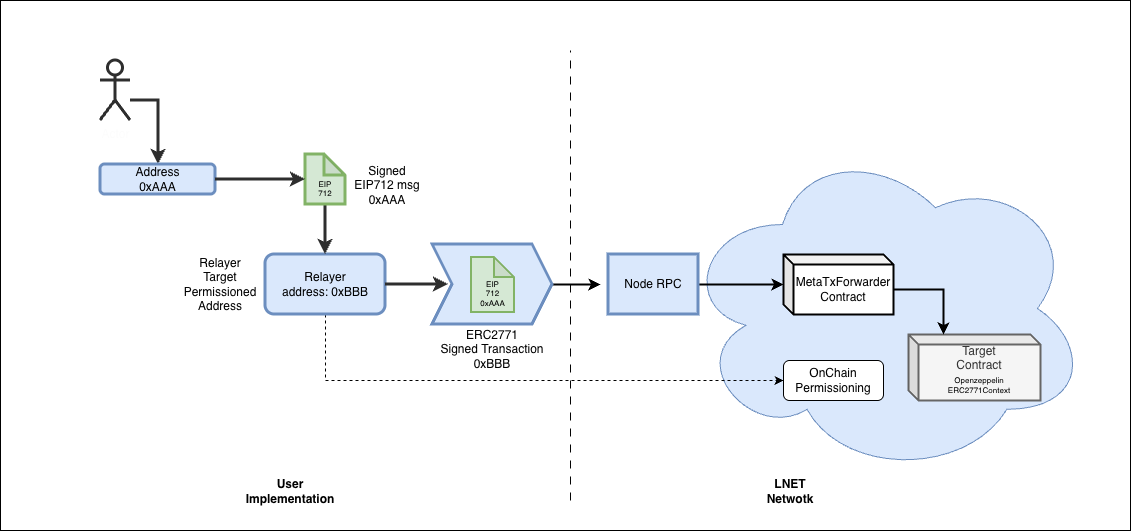
LACNetNetworks/deployContract-metaTx keeps this draw.io diagram as metatx.png. Above is the earlier version. Source tidied: cells renumbered, new cells last; positions are measured from the earlier drawing's top-left corner, leaving out a move shared by most shapes.
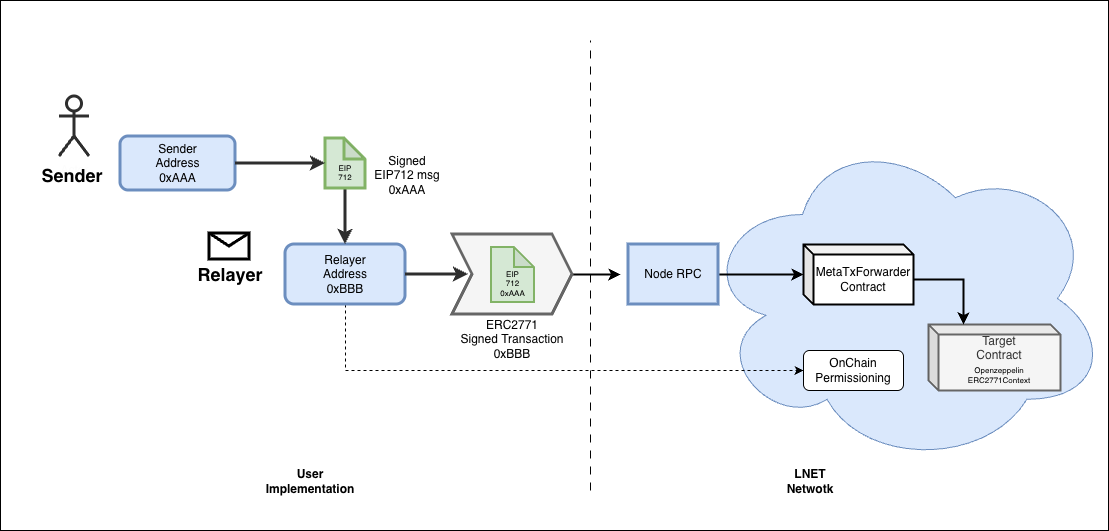
Later version of the same file.

The edit, as a diff of the source:
```diff
@@ -3,109 +3,108 @@
     <mxCell id="0" />
     <mxCell id="1" parent="0" />
     <mxCell id="2" style="rounded=0;whiteSpace=wrap;html=1;fillColor=none;strokeColor=light-dark(#000000, #121212);" parent="1" vertex="1">
-      <mxGeometry width="1130" height="530" as="geometry" />
+      <mxGeometry x="-20" y="10" width="1108" height="530" as="geometry" />
     </mxCell>
     <mxCell id="3" style="ellipse;shape=cloud;whiteSpace=wrap;html=1;strokeColor=#6c8ebf;fillColor=#dae8fc;" parent="1" vertex="1">
       <mxGeometry x="680" y="140" width="408" height="336" as="geometry" />
     </mxCell>
-    <mxCell id="4" style="edgeStyle=orthogonalEdgeStyle;rounded=0;jettySize=auto;html=1;fillColor=#f5f5f5;strokeColor=#2E2E2E;strokeWidth=3;" parent="1" edge="1" source="5" target="15">
-      <mxGeometry relative="1" as="geometry">
-        <Array as="points">
-          <mxPoint x="158" y="100" />
-        </Array>
-      </mxGeometry>
+    <mxCell id="4" value="Actor" style="shape=umlActor;verticalLabelPosition=bottom;verticalAlign=top;html=1;fillColor=none;strokeColor=#2E2E2E;fontColor=#FCFCFC;strokeWidth=3;" parent="1" vertex="1">
+      <mxGeometry x="39" y="106" width="30" height="60" as="geometry" />
     </mxCell>
-    <mxCell id="5" value="Actor" style="shape=umlActor;verticalLabelPosition=bottom;verticalAlign=top;html=1;outlineConnect=0;fillColor=none;strokeColor=#2E2E2E;fontColor=#FCFCFC;strokeWidth=3;" parent="1" vertex="1">
-      <mxGeometry x="100" y="60" width="30" height="60" as="geometry" />
+    <mxCell id="5" style="edgeStyle=orthogonalEdgeStyle;rounded=0;jettySize=auto;html=1;fontColor=#FFFFFF;strokeColor=light-dark(#000000, #121212);strokeWidth=2;" parent="1" edge="1" source="12" target="20">
+      <mxGeometry relative="1" as="geometry" />
     </mxCell>
-    <mxCell id="6" style="edgeStyle=orthogonalEdgeStyle;rounded=0;jettySize=auto;html=1;fontColor=#FFFFFF;strokeColor=light-dark(#000000, #121212);strokeWidth=2;" parent="1" edge="1" source="13" target="21">
-      <mxGeometry relative="1" as="geometry" />
+    <mxCell id="6" style="edgeStyle=orthogonalEdgeStyle;rounded=0;jettySize=auto;html=1;entryX=0;entryY=0.5;entryDx=0;entryDy=0;exitX=0.5;exitY=1;exitDx=0;exitDy=0;dashed=1;" parent="1" edge="1" source="7" target="24">
+      <mxGeometry relative="1" as="geometry">
+        <Array as="points">
+          <mxPoint x="325" y="380" />
+        </Array>
+      </mxGeometry>
     </mxCell>
-    <mxCell id="7" style="edgeStyle=orthogonalEdgeStyle;rounded=0;jettySize=auto;html=1;entryX=0;entryY=0.5;entryDx=0;entryDy=0;exitX=0.5;exitY=1;exitDx=0;exitDy=0;dashed=1;" parent="1" edge="1" source="8" target="25">
-      <mxGeometry relative="1" as="geometry">
-        <Array as="points">
-          <mxPoint x="325" y="380" />
-        </Array>
-      </mxGeometry>
+    <mxCell id="7" value="Relayer&lt;div&gt;Address&lt;/div&gt;&lt;div&gt;0xBBB&lt;/div&gt;" style="rounded=1;whiteSpace=wrap;html=1;fillColor=#dae8fc;strokeColor=#6c8ebf;strokeWidth=3;" parent="1" vertex="1">
+      <mxGeometry x="265" y="254" width="120" height="60" as="geometry" />
     </mxCell>
-    <mxCell id="8" value="Relayer&lt;div&gt;address: 0xBBB&lt;/div&gt;" style="rounded=1;whiteSpace=wrap;html=1;fillColor=#dae8fc;strokeColor=#6c8ebf;strokeWidth=3;" parent="1" vertex="1">
-      <mxGeometry x="265" y="254" width="120" height="60" as="geometry" />
+    <mxCell id="8" style="edgeStyle=orthogonalEdgeStyle;rounded=0;jettySize=auto;html=1;entryX=0;entryY=0.5;entryDx=0;entryDy=0;fontColor=#FFFFFF;strokeColor=#FFFFFF;strokeWidth=3;" parent="1" edge="1" source="10" target="12">
+      <mxGeometry relative="1" as="geometry" />
     </mxCell>
-    <mxCell id="9" style="edgeStyle=orthogonalEdgeStyle;rounded=0;jettySize=auto;html=1;entryX=0;entryY=0.5;entryDx=0;entryDy=0;fontColor=#FFFFFF;strokeColor=#FFFFFF;strokeWidth=3;" parent="1" edge="1" source="11" target="13">
-      <mxGeometry relative="1" as="geometry" />
+    <mxCell id="9" style="edgeStyle=orthogonalEdgeStyle;rounded=0;jettySize=auto;html=1;strokeWidth=2;" parent="1" edge="1" source="10">
+      <mxGeometry relative="1" as="geometry">
+        <mxPoint x="600" y="284" as="targetPoint" />
+      </mxGeometry>
     </mxCell>
-    <mxCell id="10" style="edgeStyle=orthogonalEdgeStyle;rounded=0;jettySize=auto;html=1;strokeWidth=2;" parent="1" edge="1" source="11">
-      <mxGeometry relative="1" as="geometry">
-        <mxPoint x="600" y="284" as="targetPoint" />
-      </mxGeometry>
+    <mxCell id="10" style="shape=step;perimeter=stepPerimeter;whiteSpace=wrap;html=1;fixedSize=1;fillColor=#f5f5f5;strokeColor=#666666;strokeWidth=3;fontColor=#333333;" parent="1" vertex="1">
+      <mxGeometry x="432" y="244" width="120" height="80" as="geometry" />
     </mxCell>
-    <mxCell id="11" style="shape=step;perimeter=stepPerimeter;whiteSpace=wrap;html=1;fixedSize=1;fillColor=#dae8fc;strokeColor=#6c8ebf;strokeWidth=3;" parent="1" vertex="1">
-      <mxGeometry x="432" y="244" width="120" height="80" as="geometry" />
+    <mxCell id="11" style="edgeStyle=orthogonalEdgeStyle;rounded=0;jettySize=auto;html=1;fontColor=#FFFFFF;strokeColor=#2E2E2E;strokeWidth=3;" parent="1" edge="1" source="7">
+      <mxGeometry relative="1" as="geometry">
+        <mxPoint x="448" y="284" as="targetPoint" />
+      </mxGeometry>
     </mxCell>
-    <mxCell id="12" style="edgeStyle=orthogonalEdgeStyle;rounded=0;jettySize=auto;html=1;fontColor=#FFFFFF;strokeColor=#2E2E2E;strokeWidth=3;" parent="1" edge="1" source="8">
-      <mxGeometry relative="1" as="geometry">
-        <mxPoint x="448" y="284" as="targetPoint" />
-      </mxGeometry>
+    <mxCell id="12" value="Node RPC" style="rounded=0;whiteSpace=wrap;html=1;fillStyle=auto;fillColor=#dae8fc;strokeColor=#6c8ebf;strokeWidth=3;" parent="1" vertex="1">
+      <mxGeometry x="608" y="254" width="90" height="60" as="geometry" />
     </mxCell>
-    <mxCell id="13" value="Node RPC" style="rounded=0;whiteSpace=wrap;html=1;fillStyle=auto;fillColor=#dae8fc;strokeColor=#6c8ebf;strokeWidth=3;" parent="1" vertex="1">
-      <mxGeometry x="608" y="254" width="90" height="60" as="geometry" />
+    <mxCell id="13" style="edgeStyle=orthogonalEdgeStyle;rounded=0;jettySize=auto;html=1;fontColor=#FFFFFF;strokeColor=#2E2E2E;exitX=0.5;exitY=1;exitDx=0;exitDy=0;exitPerimeter=0;strokeWidth=3;" parent="1" edge="1" source="15" target="7">
+      <mxGeometry relative="1" as="geometry" />
     </mxCell>
-    <mxCell id="14" style="edgeStyle=orthogonalEdgeStyle;rounded=0;jettySize=auto;html=1;fontColor=#FFFFFF;strokeColor=#2E2E2E;exitX=0.5;exitY=1;exitDx=0;exitDy=0;exitPerimeter=0;strokeWidth=3;" parent="1" edge="1" source="16" target="8">
-      <mxGeometry relative="1" as="geometry" />
+    <mxCell id="14" value="&lt;div&gt;Sender&lt;/div&gt;Address&lt;div&gt;0xAAA&lt;/div&gt;" style="rounded=1;whiteSpace=wrap;html=1;fillColor=#dae8fc;strokeColor=#6c8ebf;strokeWidth=3;" parent="1" vertex="1">
+      <mxGeometry x="100" y="146" width="115" height="54" as="geometry" />
     </mxCell>
-    <mxCell id="15" value="Address&lt;div&gt;0xAAA&lt;/div&gt;" style="rounded=1;whiteSpace=wrap;html=1;fillColor=#dae8fc;strokeColor=#6c8ebf;strokeWidth=3;" parent="1" vertex="1">
-      <mxGeometry x="100" y="164" width="115" height="30" as="geometry" />
+    <mxCell id="15" value="&lt;div&gt;&lt;br&gt;&lt;/div&gt;&lt;div&gt;&lt;br&gt;&lt;/div&gt;&lt;div&gt;&lt;span style=&quot;background-color: transparent;&quot;&gt;EIP&lt;/span&gt;&lt;/div&gt;&lt;div&gt;712&lt;/div&gt;" style="shape=note;whiteSpace=wrap;html=1;backgroundOutline=1;darkOpacity=0.05;size=21;fillColor=#d5e8d4;strokeColor=#82b366;fontSize=8;strokeWidth=3;" parent="1" vertex="1">
+      <mxGeometry x="305" y="148" width="40" height="50" as="geometry" />
     </mxCell>
-    <mxCell id="16" value="&lt;div&gt;&lt;br&gt;&lt;/div&gt;&lt;div&gt;&lt;br&gt;&lt;/div&gt;&lt;div&gt;&lt;span style=&quot;background-color: transparent;&quot;&gt;EIP&lt;/span&gt;&lt;/div&gt;&lt;div&gt;712&lt;/div&gt;" style="shape=note;whiteSpace=wrap;html=1;backgroundOutline=1;darkOpacity=0.05;size=21;fillColor=#d5e8d4;strokeColor=#82b366;fontSize=8;strokeWidth=3;" parent="1" vertex="1">
-      <mxGeometry x="305" y="154" width="40" height="50" as="geometry" />
+    <mxCell id="16" value="&lt;div&gt;&lt;br&gt;&lt;/div&gt;&lt;div&gt;&lt;br&gt;&lt;/div&gt;&lt;div&gt;&lt;span style=&quot;background-color: transparent;&quot;&gt;EIP&lt;/span&gt;&lt;/div&gt;&lt;div&gt;712&lt;/div&gt;&lt;div&gt;0xAAA&lt;/div&gt;" style="shape=note;whiteSpace=wrap;html=1;backgroundOutline=1;darkOpacity=0.05;size=20;fillColor=#d5e8d4;strokeColor=#82b366;fontSize=8;strokeWidth=2;" parent="1" vertex="1">
+      <mxGeometry x="470.5" y="256.5" width="43" height="55" as="geometry" />
     </mxCell>
-    <mxCell id="17" value="&lt;div&gt;&lt;br&gt;&lt;/div&gt;&lt;div&gt;&lt;br&gt;&lt;/div&gt;&lt;div&gt;&lt;span style=&quot;background-color: transparent;&quot;&gt;EIP&lt;/span&gt;&lt;/div&gt;&lt;div&gt;712&lt;/div&gt;&lt;div&gt;0xAAA&lt;/div&gt;" style="shape=note;whiteSpace=wrap;html=1;backgroundOutline=1;darkOpacity=0.05;size=20;fillColor=#d5e8d4;strokeColor=#82b366;fontSize=8;strokeWidth=2;" parent="1" vertex="1">
-      <mxGeometry x="470.5" y="256.5" width="43" height="55" as="geometry" />
+    <mxCell id="17" value="&lt;div&gt;ERC2771&lt;/div&gt;&lt;div&gt;Signed&amp;nbsp;&lt;span style=&quot;background-color: transparent; color: light-dark(rgb(0, 0, 0), rgb(237, 237, 237));&quot;&gt;Transaction&lt;/span&gt;&lt;/div&gt;&lt;div&gt;0xBBB&lt;/div&gt;" style="text;html=1;whiteSpace=wrap;strokeColor=none;fillColor=none;align=center;verticalAlign=middle;rounded=0;fontColor=#000000;fontFamily=Helvetica;fontSize=12;" parent="1" vertex="1">
+      <mxGeometry x="438" y="334" width="108" height="30" as="geometry" />
     </mxCell>
-    <mxCell id="18" value="&lt;div&gt;ERC2771&lt;/div&gt;&lt;div&gt;Signed&amp;nbsp;&lt;span style=&quot;background-color: transparent; color: light-dark(rgb(0, 0, 0), rgb(237, 237, 237));&quot;&gt;Transaction&lt;/span&gt;&lt;/div&gt;&lt;div&gt;0xBBB&lt;/div&gt;" style="text;html=1;whiteSpace=wrap;strokeColor=none;fillColor=none;align=center;verticalAlign=middle;rounded=0;fontColor=#000000;fontFamily=Helvetica;fontSize=12;" parent="1" vertex="1">
-      <mxGeometry x="438" y="334" width="108" height="30" as="geometry" />
+    <mxCell id="18" value="&lt;div&gt;Target&lt;/div&gt;Contract&lt;div&gt;&lt;br&gt;&lt;/div&gt;&lt;div&gt;&lt;br&gt;&lt;/div&gt;" style="shape=cube;whiteSpace=wrap;html=1;boundedLbl=1;backgroundOutline=1;darkOpacity=0.05;darkOpacity2=0.1;size=10;fillStyle=auto;fillColor=#f5f5f5;strokeColor=#666666;fontColor=#333333;strokeWidth=2;" parent="1" vertex="1">
+      <mxGeometry x="908" y="334" width="132" height="66" as="geometry" />
     </mxCell>
-    <mxCell id="19" value="&lt;div&gt;Target&lt;/div&gt;Contract&lt;div&gt;&lt;br&gt;&lt;/div&gt;&lt;div&gt;&lt;br&gt;&lt;/div&gt;" style="shape=cube;whiteSpace=wrap;html=1;boundedLbl=1;backgroundOutline=1;darkOpacity=0.05;darkOpacity2=0.1;size=10;fillStyle=auto;fillColor=#f5f5f5;strokeColor=#666666;fontColor=#333333;strokeWidth=2;" parent="1" vertex="1">
-      <mxGeometry x="908" y="334" width="132" height="66" as="geometry" />
+    <mxCell id="19" style="edgeStyle=orthogonalEdgeStyle;rounded=0;jettySize=auto;html=1;entryX=0;entryY=0;entryDx=35;entryDy=0;entryPerimeter=0;fontColor=#FFFFFF;strokeColor=light-dark(#000000, #121212);exitX=0;exitY=0;exitDx=110;exitDy=35;exitPerimeter=0;strokeWidth=2;" parent="1" edge="1" source="20" target="18">
+      <mxGeometry relative="1" as="geometry" />
     </mxCell>
-    <mxCell id="20" style="edgeStyle=orthogonalEdgeStyle;rounded=0;jettySize=auto;html=1;entryX=0;entryY=0;entryDx=35;entryDy=0;entryPerimeter=0;fontColor=#FFFFFF;strokeColor=light-dark(#000000, #121212);exitX=0;exitY=0;exitDx=110;exitDy=35;exitPerimeter=0;strokeWidth=2;" parent="1" edge="1" source="21" target="19">
-      <mxGeometry relative="1" as="geometry" />
+    <mxCell id="20" value="&lt;div&gt;MetaTxForwarder&lt;br&gt;&lt;span style=&quot;background-color: transparent; color: light-dark(rgb(0, 0, 0), rgb(255, 255, 255));&quot;&gt;Contract&lt;/span&gt;&lt;/div&gt;" style="shape=cube;whiteSpace=wrap;html=1;boundedLbl=1;backgroundOutline=1;darkOpacity=0.05;darkOpacity2=0.1;size=10;fillStyle=auto;strokeWidth=2;" parent="1" vertex="1">
+      <mxGeometry x="783" y="254" width="110" height="60" as="geometry" />
     </mxCell>
-    <mxCell id="21" value="&lt;div&gt;MetaTxForwarder&lt;br&gt;&lt;span style=&quot;background-color: transparent; color: light-dark(rgb(0, 0, 0), rgb(255, 255, 255));&quot;&gt;Contract&lt;/span&gt;&lt;/div&gt;" style="shape=cube;whiteSpace=wrap;html=1;boundedLbl=1;backgroundOutline=1;darkOpacity=0.05;darkOpacity2=0.1;size=10;fillStyle=auto;strokeWidth=2;" parent="1" vertex="1">
-      <mxGeometry x="783" y="254" width="110" height="60" as="geometry" />
+    <mxCell id="21" style="edgeStyle=orthogonalEdgeStyle;rounded=0;jettySize=auto;html=1;entryX=0;entryY=0.5;entryDx=0;entryDy=0;entryPerimeter=0;fontColor=#FFFFFF;strokeColor=#2E2E2E;strokeWidth=3;" parent="1" edge="1" source="14" target="15">
+      <mxGeometry relative="1" as="geometry" />
     </mxCell>
-    <mxCell id="22" style="edgeStyle=orthogonalEdgeStyle;rounded=0;jettySize=auto;html=1;entryX=0;entryY=0.5;entryDx=0;entryDy=0;entryPerimeter=0;fontColor=#FFFFFF;strokeColor=#2E2E2E;strokeWidth=3;" parent="1" edge="1" source="15" target="16">
-      <mxGeometry relative="1" as="geometry" />
+    <mxCell id="22" value="&lt;div&gt;Signed&lt;/div&gt;EIP712 msg&lt;div&gt;0xAAA&lt;/div&gt;" style="text;html=1;whiteSpace=wrap;strokeColor=none;fillColor=none;align=center;verticalAlign=middle;rounded=0;fontColor=#000000;" parent="1" vertex="1">
+      <mxGeometry x="347.5" y="170" width="77.5" height="30" as="geometry" />
     </mxCell>
-    <mxCell id="23" value="&lt;div&gt;Signed&lt;/div&gt;EIP712 msg&lt;div&gt;0xAAA&lt;/div&gt;" style="text;html=1;whiteSpace=wrap;strokeColor=none;fillColor=none;align=center;verticalAlign=middle;rounded=0;fontColor=#000000;" parent="1" vertex="1">
-      <mxGeometry x="347.5" y="170" width="77.5" height="30" as="geometry" />
+    <mxCell id="23" style="endArrow=none;dashed=1;html=1;dashPattern=1 3;strokeWidth=2;rounded=0;fontColor=#FCFCFC;strokeColor=#FFFFFF;" parent="1" edge="1">
+      <mxGeometry relative="1" as="geometry">
+        <mxPoint x="578" y="505.8" as="sourcePoint" />
+        <mxPoint x="578" y="24" as="targetPoint" />
+      </mxGeometry>
     </mxCell>
-    <mxCell id="24" style="endArrow=none;dashed=1;html=1;dashPattern=1 3;strokeWidth=2;rounded=0;fontColor=#FCFCFC;strokeColor=#FFFFFF;" parent="1" edge="1">
-      <mxGeometry relative="1" as="geometry">
-        <mxPoint x="578" y="505.8" as="sourcePoint" />
-        <mxPoint x="578" y="24" as="targetPoint" />
-      </mxGeometry>
+    <mxCell id="24" value="OnChain Permissioning" style="rounded=1;whiteSpace=wrap;html=1;" parent="1" vertex="1">
+      <mxGeometry x="783" y="360" width="100" height="40" as="geometry" />
     </mxCell>
-    <mxCell id="25" value="OnChain Permissioning" style="rounded=1;whiteSpace=wrap;html=1;" parent="1" vertex="1">
-      <mxGeometry x="783" y="360" width="100" height="40" as="geometry" />
+    <mxCell id="25" value="&lt;div&gt;Relayer&lt;/div&gt;" style="text;html=1;whiteSpace=wrap;strokeColor=none;fillColor=none;align=center;verticalAlign=middle;rounded=0;fontColor=#000000;fontFamily=Helvetica;fontSize=18;fontStyle=1;" parent="1" vertex="1">
+      <mxGeometry x="180" y="269" width="60" height="30" as="geometry" />
     </mxCell>
-    <mxCell id="26" value="&lt;div&gt;Relayer&lt;/div&gt;&lt;div&gt;Target&lt;/div&gt;&lt;div&gt;Permissioned Address&lt;/div&gt;" style="text;html=1;whiteSpace=wrap;strokeColor=none;fillColor=none;align=center;verticalAlign=middle;rounded=0;fontColor=#000000;fontFamily=Helvetica;fontSize=12;" parent="1" vertex="1">
-      <mxGeometry x="190" y="269" width="60" height="30" as="geometry" />
+    <mxCell id="26" style="endArrow=none;html=1;rounded=0;dashed=1;dashPattern=8 8;strokeColor=#030303;" parent="1" edge="1">
+      <mxGeometry relative="1" as="geometry">
+        <mxPoint x="570" y="500" as="sourcePoint" />
+        <mxPoint x="570" y="50" as="targetPoint" />
+      </mxGeometry>
     </mxCell>
-    <mxCell id="27" style="endArrow=none;html=1;rounded=0;dashed=1;dashPattern=8 8;strokeColor=#030303;" parent="1" edge="1">
-      <mxGeometry relative="1" as="geometry">
-        <mxPoint x="570" y="500" as="sourcePoint" />
-        <mxPoint x="570" y="50" as="targetPoint" />
-      </mxGeometry>
+    <mxCell id="27" value="&lt;div&gt;LNET Netwotk&lt;/div&gt;" style="text;html=1;whiteSpace=wrap;strokeColor=none;fillColor=none;align=center;verticalAlign=middle;rounded=0;fontColor=#000000;fontFamily=Helvetica;fontSize=12;fontStyle=1;" parent="1" vertex="1">
+      <mxGeometry x="760" y="476" width="60" height="30" as="geometry" />
     </mxCell>
-    <mxCell id="28" value="&lt;div&gt;LNET Netwotk&lt;/div&gt;" style="text;html=1;whiteSpace=wrap;strokeColor=none;fillColor=none;align=center;verticalAlign=middle;rounded=0;fontColor=#000000;fontFamily=Helvetica;fontSize=12;fontStyle=1;" parent="1" vertex="1">
-      <mxGeometry x="760" y="476" width="60" height="30" as="geometry" />
+    <mxCell id="28" value="&lt;div&gt;User&lt;/div&gt;&lt;div&gt;Implementation&lt;/div&gt;" style="text;html=1;whiteSpace=wrap;strokeColor=none;fillColor=none;align=center;verticalAlign=middle;rounded=0;fontColor=#000000;fontFamily=Helvetica;fontSize=12;fontStyle=1;" parent="1" vertex="1">
+      <mxGeometry x="260" y="476" width="60" height="30" as="geometry" />
     </mxCell>
-    <mxCell id="29" value="&lt;div&gt;User&lt;/div&gt;&lt;div&gt;Implementation&lt;/div&gt;" style="text;html=1;whiteSpace=wrap;strokeColor=none;fillColor=none;align=center;verticalAlign=middle;rounded=0;fontColor=#000000;fontFamily=Helvetica;fontSize=12;fontStyle=1;" parent="1" vertex="1">
-      <mxGeometry x="260" y="476" width="60" height="30" as="geometry" />
+    <mxCell id="29" value="Openzeppelin&lt;br&gt;ERC2771Context" style="text;whiteSpace=wrap;strokeColor=none;fillColor=none;align=center;verticalAlign=middle;rounded=0;fontColor=#000000;fontFamily=Helvetica;fontSize=8;html=1;" parent="1" vertex="1">
+      <mxGeometry x="934" y="375" width="90" height="20" as="geometry" />
     </mxCell>
-    <mxCell id="30" value="Openzeppelin&lt;br&gt;ERC2771Context" style="text;whiteSpace=wrap;strokeColor=none;fillColor=none;align=center;verticalAlign=middle;rounded=0;fontColor=#000000;fontFamily=Helvetica;fontSize=8;html=1;" parent="1" vertex="1">
-      <mxGeometry x="934" y="375" width="90" height="20" as="geometry" />
+    <mxCell id="30" value="&lt;div&gt;Sender&lt;/div&gt;" style="text;html=1;whiteSpace=wrap;strokeColor=none;fillColor=none;align=center;verticalAlign=middle;rounded=0;fontColor=#000000;fontFamily=Helvetica;fontSize=18;fontStyle=1;" parent="1" vertex="1">
+      <mxGeometry x="22" y="170" width="60" height="30" as="geometry" />
     </mxCell>
+    <mxCell id="31" style="shape=message;html=1;html=1;labelPosition=center;verticalLabelPosition=bottom;align=center;verticalAlign=top;strokeWidth=3;" parent="1" vertex="1">
+      <mxGeometry x="189" y="243" width="40" height="26" as="geometry" />
+    </mxCell>
   </root>
 </mxGraphModel>
```
